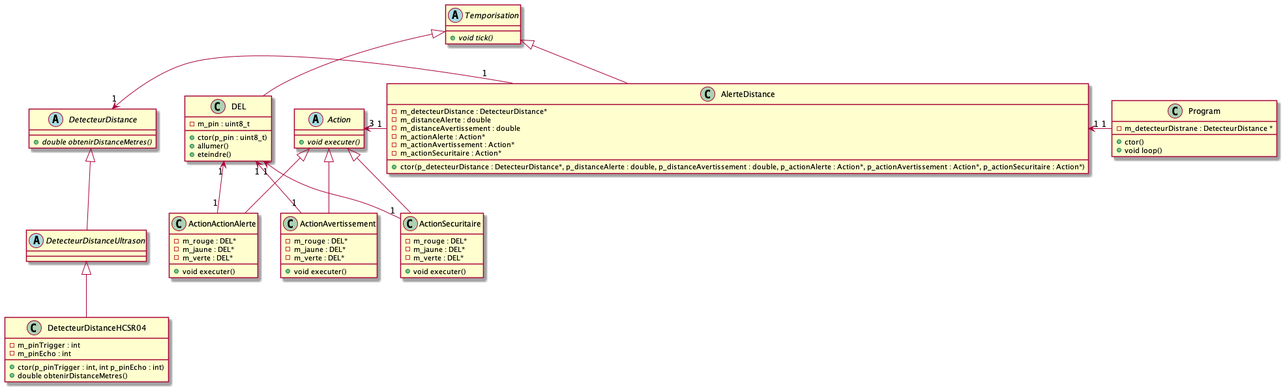
The PlantUML diagram images/Module05_ProgrammationEntreesAnalogiques_1_2/diag/diagramme_classes/dc_DetecteurDistance.png in PiFou86/420-W48-SF, before a commit.
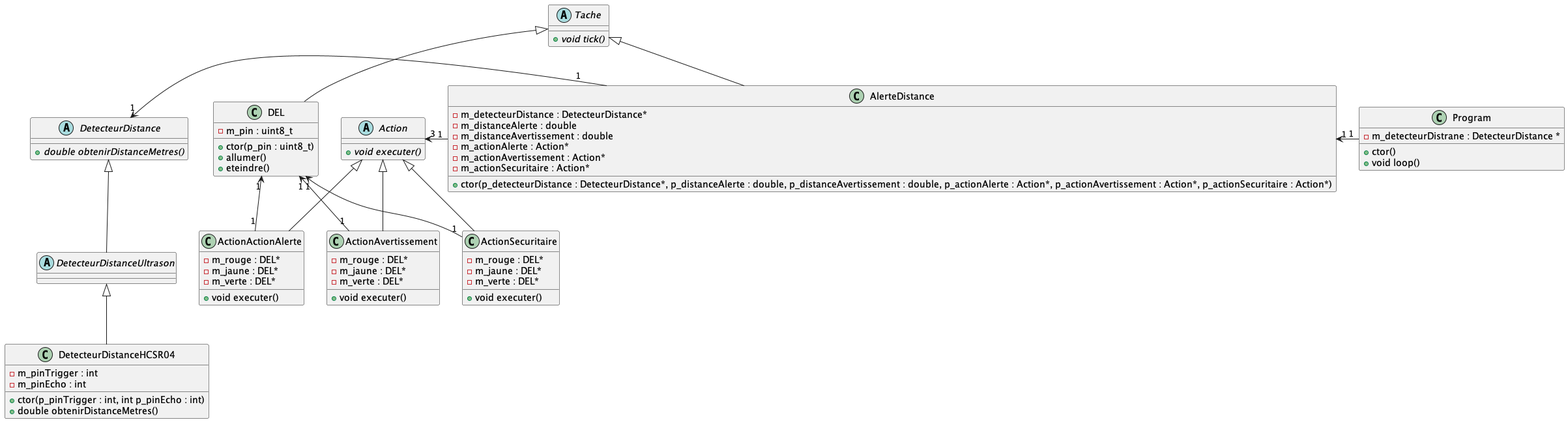
After the commit.

Commit message:
Changement terme Temporisation par Tache qui est plus approprié

Diff of the diagram source:
```diff
@@ -1,7 +1,7 @@
 @startuml dc_DetecteurDistance
 skinparam maxMessageSize 50
 
-abstract class Temporisation {
+abstract class Tache {
     + void tick() {abstract}
 }
 
@@ -84,8 +84,8 @@
     + ctor(p_detecteurDistance : DetecteurDistance*, p_distanceAlerte : double, p_distanceAvertissement : double, p_actionAlerte : Action*, p_actionAvertissement : Action*, p_actionSecuritaire : Action*)
 }
 
-Temporisation <|-- AlerteDistance
-Temporisation <|-- DEL
+Tache <|-- AlerteDistance
+Tache <|-- DEL
 
 AlerteDistance "1" -left-> "1" DetecteurDistance
 AlerteDistance "1" -right-> "3" Action
```
